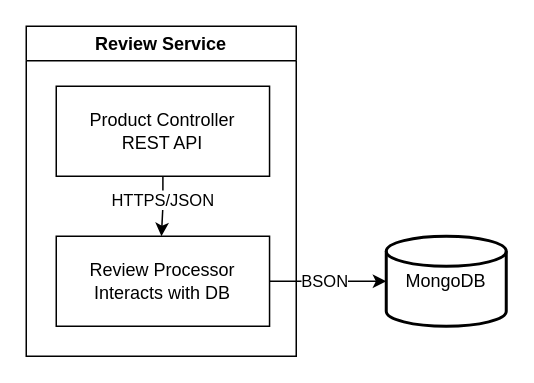
This is page "Review" (6 of 10) of ABC C1.drawio from IlyaMoskva/diagrams, a draw.io file, before an edit. Source tidied: cells renumbered, new cells numbered last; positions are measured from the earlier drawing's top-left corner, leaving out a move shared by most shapes. Both pictures are drawn from the tidied source at 150%, with x=0, y=0 at pixel (26, 26).
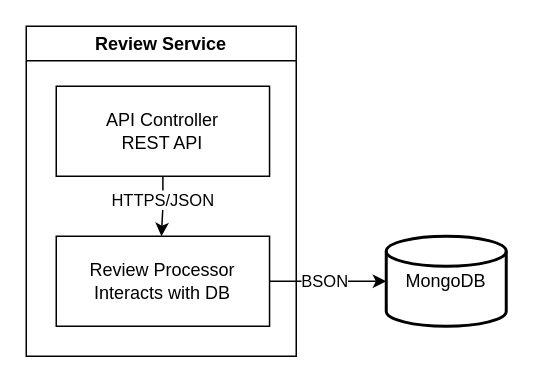
Above is the later version.

Diff of the diagram source:
```diff
@@
 <mxGraphModel>
   <root>
     <mxCell id="0" />
     <mxCell id="1" parent="0" />
     <mxCell id="2" value="Review Service" style="swimlane;whiteSpace=wrap;html=1;" parent="1" vertex="1">
       <mxGeometry width="180" height="220" as="geometry" />
     </mxCell>
     <mxCell id="3" style="edgeStyle=orthogonalEdgeStyle;rounded=0;jettySize=auto;html=1;" parent="2" edge="1" source="5">
       <mxGeometry relative="1" as="geometry">
         <mxPoint x="90.1" y="140" as="targetPoint" />
       </mxGeometry>
     </mxCell>
     <mxCell id="4" value="HTTPS/JSON" style="edgeLabel;html=1;align=center;verticalAlign=middle;" parent="3" vertex="1">
       <mxGeometry x="-0.25" y="-1" relative="1" as="geometry" />
     </mxCell>
-    <mxCell id="5" value="&lt;div&gt;Product Controller&lt;/div&gt;&lt;div&gt;REST API&lt;/div&gt;" style="whiteSpace=wrap;html=1;" parent="2" vertex="1">
+    <mxCell id="5" value="&lt;div&gt;API Controller&lt;/div&gt;&lt;div&gt;REST API&lt;/div&gt;" style="whiteSpace=wrap;html=1;" parent="2" vertex="1">
       <mxGeometry x="20" y="40" width="142.2" height="60" as="geometry" />
     </mxCell>
     <mxCell id="6" value="Review Processor&lt;div&gt;Interacts with DB&lt;/div&gt;" style="whiteSpace=wrap;html=1;" parent="2" vertex="1">
       <mxGeometry x="20" y="140" width="142.2" height="60" as="geometry" />
     </mxCell>
     <mxCell id="7" value="MongoDB" style="strokeWidth=2;html=1;shape=mxgraph.flowchart.database;whiteSpace=wrap;" parent="1" vertex="1">
       <mxGeometry x="240" y="140" width="80" height="60" as="geometry" />
     </mxCell>
     <mxCell id="8" style="edgeStyle=orthogonalEdgeStyle;rounded=0;jettySize=auto;html=1;entryX=0;entryY=0.5;entryDx=0;entryDy=0;entryPerimeter=0;" parent="1" edge="1" source="6" target="7">
       <mxGeometry relative="1" as="geometry" />
     </mxCell>
     <mxCell id="9" value="BSON" style="edgeLabel;html=1;align=center;verticalAlign=middle;" parent="8" vertex="1">
       <mxGeometry x="-0.08" y="1" relative="1" as="geometry" />
     </mxCell>
   </root>
 </mxGraphModel>
```
